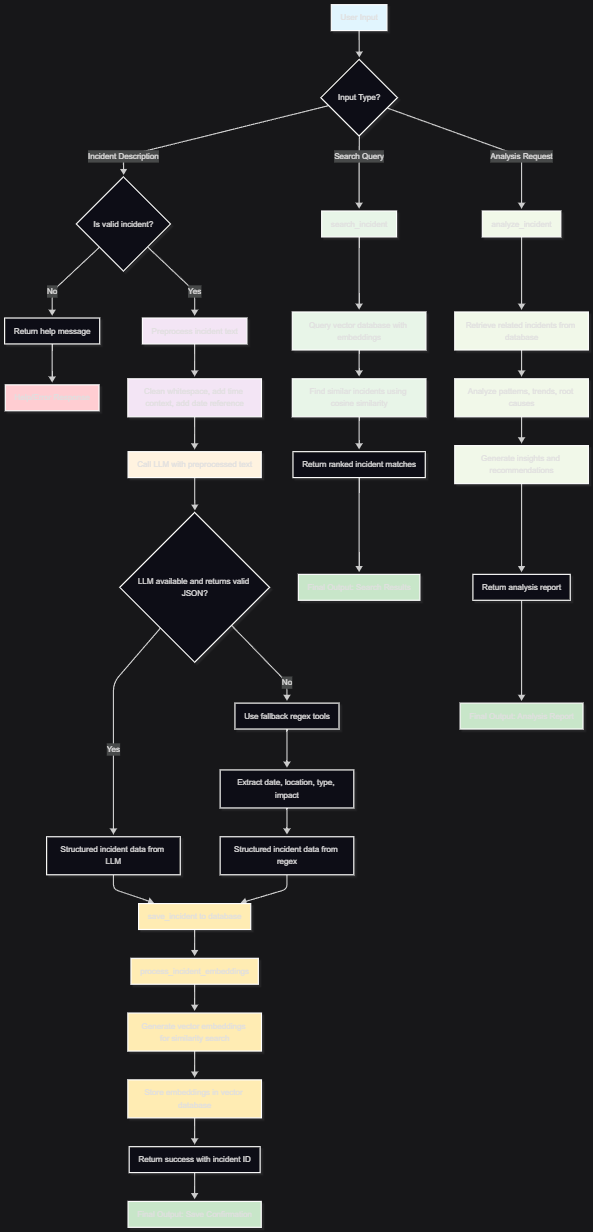
This is workflow/enhanced_agent_workflow.png from bksramos/A3_AI_Engineer_case, a Mermaid export, as it was before one commit. Its source is kept beside it as workflow/enhanced_agent_workflow.mmd.
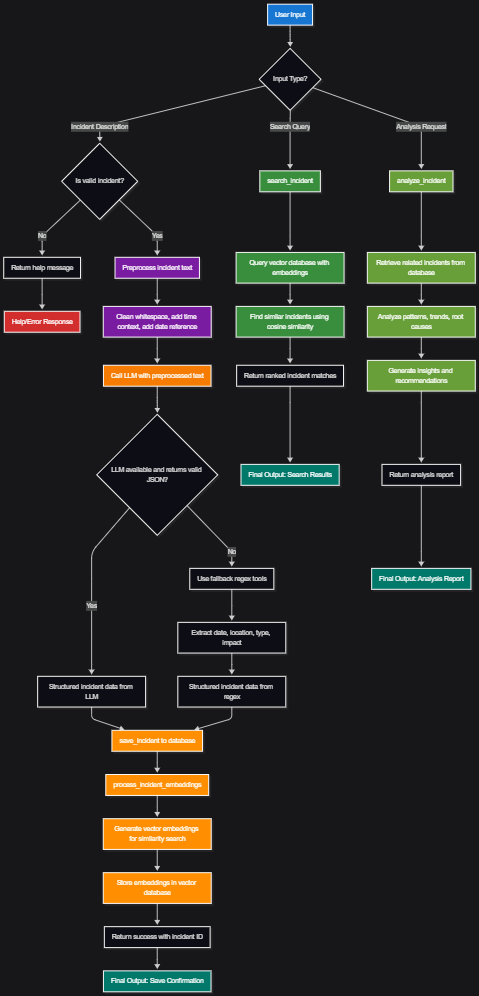
After the change.

The edit, as a diff of the source:
```diff
@@ -42,22 +42,22 @@
     Z --> CC[Final Output: Analysis Report]
     F --> DD[Help/Error Response]
 
-    style A fill:#e1f5fe
-    style G fill:#f3e5f5
-    style H fill:#f3e5f5
-    style I fill:#fff3e0
-    style O fill:#ffecb3
-    style P fill:#ffecb3
-    style Q fill:#ffecb3
-    style R fill:#ffecb3
-    style D fill:#e8f5e8
-    style T fill:#e8f5e8
-    style U fill:#e8f5e8
-    style E fill:#f1f8e9
-    style W fill:#f1f8e9
-    style X fill:#f1f8e9
-    style Y fill:#f1f8e9
-    style AA fill:#c8e6c9
-    style BB fill:#c8e6c9
-    style CC fill:#c8e6c9
-    style DD fill:#ffcdd2
+    style A fill:#1976d2,color:#ffffff
+    style G fill:#7b1fa2,color:#ffffff
+    style H fill:#7b1fa2,color:#ffffff
+    style I fill:#f57c00,color:#ffffff
+    style O fill:#ff8f00,color:#ffffff
+    style P fill:#ff8f00,color:#ffffff
+    style Q fill:#ff8f00,color:#ffffff
+    style R fill:#ff8f00,color:#ffffff
+    style D fill:#388e3c,color:#ffffff
+    style T fill:#388e3c,color:#ffffff
+    style U fill:#388e3c,color:#ffffff
+    style E fill:#689f38,color:#ffffff
+    style W fill:#689f38,color:#ffffff
+    style X fill:#689f38,color:#ffffff
+    style Y fill:#689f38,color:#ffffff
+    style AA fill:#00796b,color:#ffffff
+    style BB fill:#00796b,color:#ffffff
+    style CC fill:#00796b,color:#ffffff
+    style DD fill:#d32f2f,color:#ffffff
```
